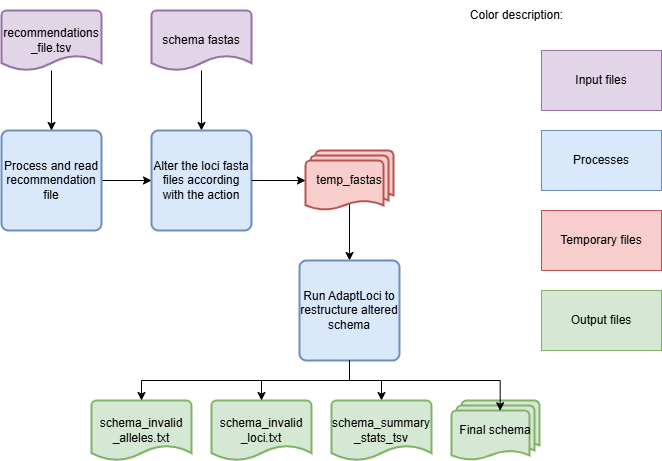
The draw.io diagram SchemaRefinery/docs/SchemaRefinery/Modules/source/CreateSchemaStructure.png in B-UMMI/Schema_Refinery, before a commit. Source tidied: cells renumbered, new cells last; positions are measured from the earlier drawing's top-left corner, leaving out a move shared by most shapes. Source of this version:
```xml
<mxGraphModel>
  <root>
    <mxCell id="0" />
    <mxCell id="1" parent="0" />
    <mxCell id="2" style="edgeStyle=orthogonalEdgeStyle;rounded=0;jettySize=auto;html=1;exitX=1;exitY=0.5;exitDx=0;exitDy=0;entryX=0;entryY=0.5;entryDx=0;entryDy=0;" parent="1" edge="1" source="3" target="15">
      <mxGeometry relative="1" as="geometry" />
    </mxCell>
    <mxCell id="3" value="Process and read recommendation file" style="rounded=1;whiteSpace=wrap;html=1;absoluteArcSize=1;arcSize=14;strokeWidth=2;fillColor=#dae8fc;strokeColor=#6c8ebf;" parent="1" vertex="1">
      <mxGeometry y="130" width="100" height="100" as="geometry" />
    </mxCell>
    <mxCell id="4" value="Processes" style="rounded=0;whiteSpace=wrap;html=1;fillColor=#dae8fc;strokeColor=#6c8ebf;" parent="1" vertex="1">
      <mxGeometry x="540" y="130" width="120" height="60" as="geometry" />
    </mxCell>
    <mxCell id="5" value="Temporary files" style="rounded=0;whiteSpace=wrap;html=1;fillColor=#f8cecc;strokeColor=#b85450;" parent="1" vertex="1">
      <mxGeometry x="540" y="210" width="120" height="60" as="geometry" />
    </mxCell>
    <mxCell id="6" value="Input files" style="rounded=0;whiteSpace=wrap;html=1;fillColor=#e1d5e7;strokeColor=#9673a6;" parent="1" vertex="1">
      <mxGeometry x="540" y="50" width="120" height="60" as="geometry" />
    </mxCell>
    <mxCell id="7" value="Output files" style="rounded=0;whiteSpace=wrap;html=1;fillColor=#d5e8d4;strokeColor=#82b366;" parent="1" vertex="1">
      <mxGeometry x="540" y="290" width="120" height="60" as="geometry" />
    </mxCell>
    <mxCell id="8" value="Color description:" style="text;html=1;align=center;verticalAlign=middle;strokeColor=none;fillColor=none;" parent="1" vertex="1">
      <mxGeometry x="460" width="110" height="30" as="geometry" />
    </mxCell>
    <mxCell id="9" style="edgeStyle=orthogonalEdgeStyle;rounded=0;jettySize=auto;html=1;entryX=0.5;entryY=0;entryDx=0;entryDy=0;" parent="1" edge="1" source="10" target="3">
      <mxGeometry relative="1" as="geometry" />
    </mxCell>
    <mxCell id="10" value="&lt;div&gt;recommendation&lt;span style=&quot;background-color: transparent; color: light-dark(rgb(0, 0, 0), rgb(255, 255, 255));&quot;&gt;s&lt;/span&gt;&lt;/div&gt;&lt;div&gt;&lt;span style=&quot;background-color: transparent; color: light-dark(rgb(0, 0, 0), rgb(255, 255, 255));&quot;&gt;_file.tsv&lt;/span&gt;&lt;/div&gt;" style="strokeWidth=2;html=1;shape=mxgraph.flowchart.document2;whiteSpace=wrap;size=0.25;fillColor=#e1d5e7;strokeColor=#9673a6;" parent="1" vertex="1">
      <mxGeometry y="10" width="100" height="60" as="geometry" />
    </mxCell>
    <mxCell id="11" style="edgeStyle=orthogonalEdgeStyle;rounded=0;jettySize=auto;html=1;entryX=0.5;entryY=0;entryDx=0;entryDy=0;" parent="1" edge="1" source="12" target="15">
      <mxGeometry relative="1" as="geometry" />
    </mxCell>
    <mxCell id="12" value="schema fastas" style="strokeWidth=2;html=1;shape=mxgraph.flowchart.document2;whiteSpace=wrap;size=0.25;fillColor=#e1d5e7;strokeColor=#9673a6;" parent="1" vertex="1">
      <mxGeometry x="150" y="10" width="100" height="60" as="geometry" />
    </mxCell>
    <mxCell id="13" style="edgeStyle=orthogonalEdgeStyle;rounded=0;jettySize=auto;html=1;exitX=0.5;exitY=0.88;exitDx=0;exitDy=0;exitPerimeter=0;entryX=0.5;entryY=0;entryDx=0;entryDy=0;" parent="1" edge="1" source="14" target="17">
      <mxGeometry relative="1" as="geometry" />
    </mxCell>
    <mxCell id="14" value="temp_fastas" style="strokeWidth=2;html=1;shape=mxgraph.flowchart.multi-document;whiteSpace=wrap;fillColor=#f8cecc;strokeColor=#b85450;" parent="1" vertex="1">
      <mxGeometry x="304" y="150" width="88" height="60" as="geometry" />
    </mxCell>
    <mxCell id="15" value="Alter the loci fasta files according with the action" style="rounded=1;whiteSpace=wrap;html=1;absoluteArcSize=1;arcSize=14;strokeWidth=2;fillColor=#dae8fc;strokeColor=#6c8ebf;" parent="1" vertex="1">
      <mxGeometry x="150" y="130" width="100" height="100" as="geometry" />
    </mxCell>
    <mxCell id="16" style="edgeStyle=orthogonalEdgeStyle;rounded=0;jettySize=auto;html=1;exitX=0.5;exitY=1;exitDx=0;exitDy=0;" parent="1" edge="1" source="17" target="21">
      <mxGeometry relative="1" as="geometry" />
    </mxCell>
    <mxCell id="17" value="Run AdaptLoci to restructure altered schema" style="rounded=1;whiteSpace=wrap;html=1;absoluteArcSize=1;arcSize=14;strokeWidth=2;fillColor=#dae8fc;strokeColor=#6c8ebf;" parent="1" vertex="1">
      <mxGeometry x="298" y="260" width="100" height="100" as="geometry" />
    </mxCell>
    <mxCell id="18" value="Final schema" style="strokeWidth=2;html=1;shape=mxgraph.flowchart.multi-document;whiteSpace=wrap;fillColor=#d5e8d4;strokeColor=#82b366;" parent="1" vertex="1">
      <mxGeometry x="450" y="400" width="88" height="60" as="geometry" />
    </mxCell>
    <mxCell id="19" value="schema_invalid&lt;div&gt;_alleles.txt&lt;/div&gt;" style="strokeWidth=2;html=1;shape=mxgraph.flowchart.document2;whiteSpace=wrap;size=0.25;fillColor=#d5e8d4;strokeColor=#82b366;" parent="1" vertex="1">
      <mxGeometry x="90" y="400" width="100" height="60" as="geometry" />
    </mxCell>
    <mxCell id="20" value="schema_invalid&lt;div&gt;_loci.txt&lt;/div&gt;" style="strokeWidth=2;html=1;shape=mxgraph.flowchart.document2;whiteSpace=wrap;size=0.25;fillColor=#d5e8d4;strokeColor=#82b366;" parent="1" vertex="1">
      <mxGeometry x="210" y="400" width="100" height="60" as="geometry" />
    </mxCell>
    <mxCell id="21" value="schema_summary&lt;div&gt;_stats_tsv&lt;/div&gt;" style="strokeWidth=2;html=1;shape=mxgraph.flowchart.document2;whiteSpace=wrap;size=0.25;fillColor=#d5e8d4;strokeColor=#82b366;" parent="1" vertex="1">
      <mxGeometry x="330" y="400" width="100" height="60" as="geometry" />
    </mxCell>
    <mxCell id="22" style="edgeStyle=orthogonalEdgeStyle;rounded=0;jettySize=auto;html=1;exitX=1;exitY=0.5;exitDx=0;exitDy=0;entryX=0;entryY=0.5;entryDx=0;entryDy=0;entryPerimeter=0;" parent="1" edge="1" source="15" target="14">
      <mxGeometry relative="1" as="geometry" />
    </mxCell>
    <mxCell id="23" style="edgeStyle=orthogonalEdgeStyle;rounded=0;jettySize=auto;html=1;exitX=0.5;exitY=1;exitDx=0;exitDy=0;entryX=0.553;entryY=0.172;entryDx=0;entryDy=0;entryPerimeter=0;" parent="1" edge="1" source="17" target="18">
      <mxGeometry relative="1" as="geometry" />
    </mxCell>
    <mxCell id="24" style="edgeStyle=orthogonalEdgeStyle;rounded=0;jettySize=auto;html=1;entryX=0.5;entryY=0;entryDx=0;entryDy=0;entryPerimeter=0;exitX=0.5;exitY=1;exitDx=0;exitDy=0;" parent="1" edge="1" source="17" target="19">
      <mxGeometry relative="1" as="geometry" />
    </mxCell>
    <mxCell id="25" style="edgeStyle=orthogonalEdgeStyle;rounded=0;jettySize=auto;html=1;exitX=0.5;exitY=1;exitDx=0;exitDy=0;entryX=0.5;entryY=0;entryDx=0;entryDy=0;entryPerimeter=0;" parent="1" edge="1" source="17" target="20">
      <mxGeometry relative="1" as="geometry" />
    </mxCell>
  </root>
</mxGraphModel>
```
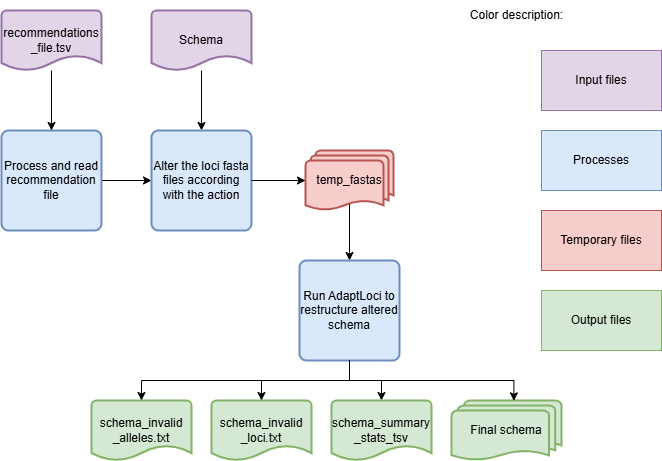
The same file after the commit.

Change to the diagram source:
```diff
@@ -32,7 +32,7 @@
     <mxCell id="11" style="edgeStyle=orthogonalEdgeStyle;rounded=0;jettySize=auto;html=1;entryX=0.5;entryY=0;entryDx=0;entryDy=0;" parent="1" edge="1" source="12" target="15">
       <mxGeometry relative="1" as="geometry" />
     </mxCell>
-    <mxCell id="12" value="schema fastas" style="strokeWidth=2;html=1;shape=mxgraph.flowchart.document2;whiteSpace=wrap;size=0.25;fillColor=#e1d5e7;strokeColor=#9673a6;" parent="1" vertex="1">
+    <mxCell id="12" value="Schema" style="strokeWidth=2;html=1;shape=mxgraph.flowchart.document2;whiteSpace=wrap;size=0.25;fillColor=#e1d5e7;strokeColor=#9673a6;" parent="1" vertex="1">
       <mxGeometry x="150" y="10" width="100" height="60" as="geometry" />
     </mxCell>
     <mxCell id="13" style="edgeStyle=orthogonalEdgeStyle;rounded=0;jettySize=auto;html=1;exitX=0.5;exitY=0.88;exitDx=0;exitDy=0;exitPerimeter=0;entryX=0.5;entryY=0;entryDx=0;entryDy=0;" parent="1" edge="1" source="14" target="17">
@@ -51,7 +51,7 @@
       <mxGeometry x="298" y="260" width="100" height="100" as="geometry" />
     </mxCell>
     <mxCell id="18" value="Final schema" style="strokeWidth=2;html=1;shape=mxgraph.flowchart.multi-document;whiteSpace=wrap;fillColor=#d5e8d4;strokeColor=#82b366;" parent="1" vertex="1">
-      <mxGeometry x="450" y="400" width="88" height="60" as="geometry" />
+      <mxGeometry x="450" y="400" width="110" height="60" as="geometry" />
     </mxCell>
     <mxCell id="19" value="schema_invalid&lt;div&gt;_alleles.txt&lt;/div&gt;" style="strokeWidth=2;html=1;shape=mxgraph.flowchart.document2;whiteSpace=wrap;size=0.25;fillColor=#d5e8d4;strokeColor=#82b366;" parent="1" vertex="1">
       <mxGeometry x="90" y="400" width="100" height="60" as="geometry" />
@@ -65,7 +65,7 @@
     <mxCell id="22" style="edgeStyle=orthogonalEdgeStyle;rounded=0;jettySize=auto;html=1;exitX=1;exitY=0.5;exitDx=0;exitDy=0;entryX=0;entryY=0.5;entryDx=0;entryDy=0;entryPerimeter=0;" parent="1" edge="1" source="15" target="14">
       <mxGeometry relative="1" as="geometry" />
     </mxCell>
-    <mxCell id="23" style="edgeStyle=orthogonalEdgeStyle;rounded=0;jettySize=auto;html=1;exitX=0.5;exitY=1;exitDx=0;exitDy=0;entryX=0.553;entryY=0.172;entryDx=0;entryDy=0;entryPerimeter=0;" parent="1" edge="1" source="17" target="18">
+    <mxCell id="23" style="edgeStyle=orthogonalEdgeStyle;rounded=0;jettySize=auto;html=1;exitX=0.5;exitY=1;exitDx=0;exitDy=0;entryX=0.567;entryY=0.006;entryDx=0;entryDy=0;entryPerimeter=0;" parent="1" edge="1" source="17" target="18">
       <mxGeometry relative="1" as="geometry" />
     </mxCell>
     <mxCell id="24" style="edgeStyle=orthogonalEdgeStyle;rounded=0;jettySize=auto;html=1;entryX=0.5;entryY=0;entryDx=0;entryDy=0;entryPerimeter=0;exitX=0.5;exitY=1;exitDx=0;exitDy=0;" parent="1" edge="1" source="17" target="19">
```
